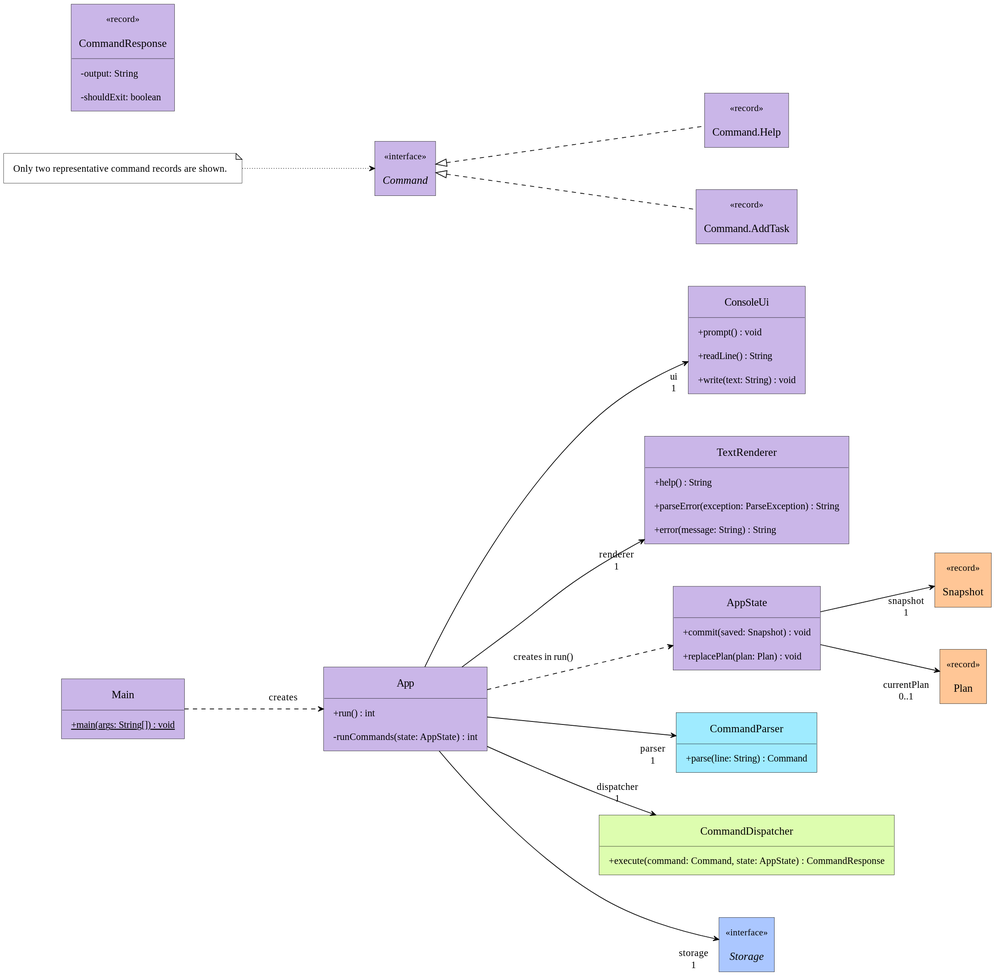
Before: docs/images/ka-how-console-classes.svg, a diagram exported from PlantUML (AY2627S1-CS2113-T10-1/tp).
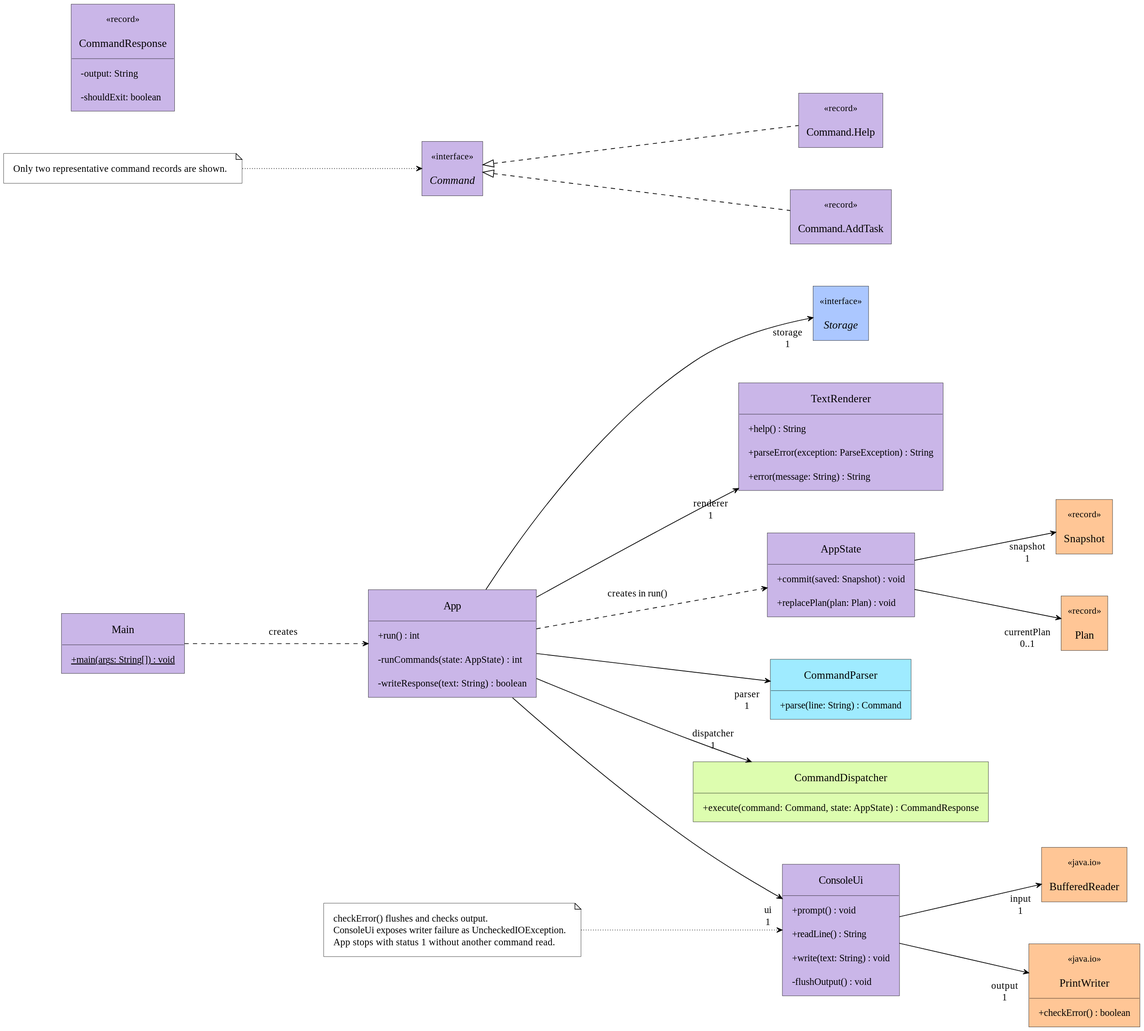
After the commit.

The edit, as a diff of the source:
```diff
@@ -9,11 +9,17 @@
 class App SHELL {
     + run() : int
     - runCommands(state: AppState) : int
+    - writeResponse(text: String) : boolean
 }
 class ConsoleUi SHELL {
     + prompt() : void
     + readLine() : String
     + write(text: String) : void
+    - flushOutput() : void
+}
+class BufferedReader <<java.io>> VALUES
+class PrintWriter <<java.io>> VALUES {
+    + checkError() : boolean
 }
 class TextRenderer SHELL {
     + help() : String
@@ -47,6 +53,8 @@
 App --> "parser\n1" CommandParser
 App --> "dispatcher\n1" CommandDispatcher
 App --> "storage\n1" Storage
+ConsoleUi --> "input\n1" BufferedReader
+ConsoleUi --> "output\n1" PrintWriter
 App ..> AppState : creates in run()
 Command <|.. Help
 Command <|.. AddTask
@@ -57,4 +65,11 @@
   Only two representative command records are shown.
 end note
 CommandNote -[dotted]-> Command
+
+note as OutputNote
+  checkError() flushes and checks output.
+  ConsoleUi exposes writer failure as UncheckedIOException.
+  App stops with status 1 without another command read.
+end note
+OutputNote -[dotted]-> ConsoleUi
 @enduml
```
